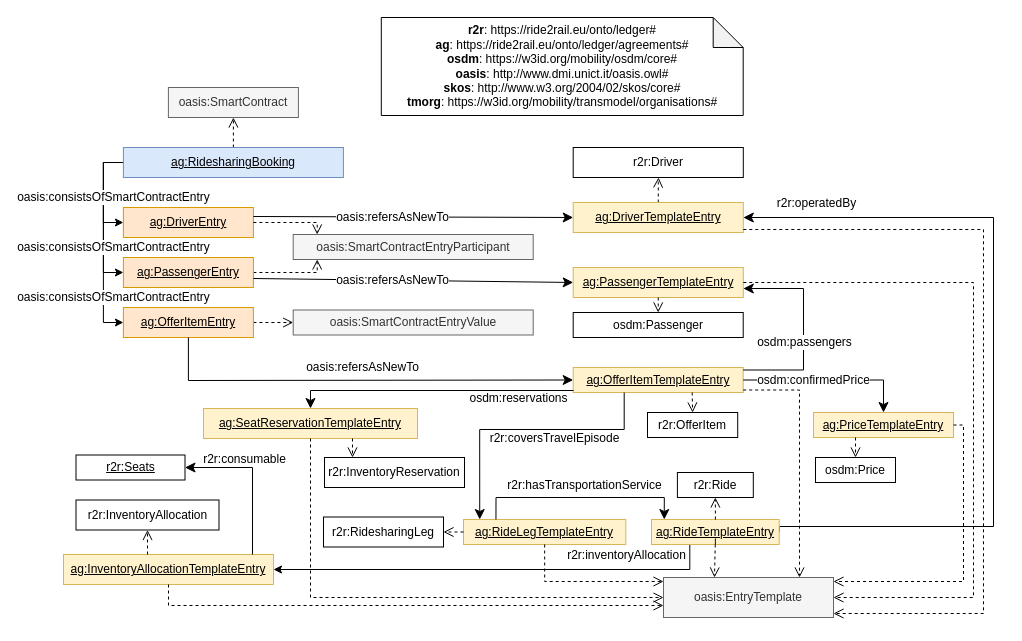
This is agreements/ridesharing-booking.drawio.xml from Ride2Rail/agreement-ledger-ontology, a draw.io file, before an edit. Source tidied: cells renumbered, new cells numbered last; positions are measured from the earlier drawing's top-left corner, leaving out a move shared by most shapes. Both pictures are drawn from the tidied source at 100%, with x=0, y=0 at pixel (63, 17).
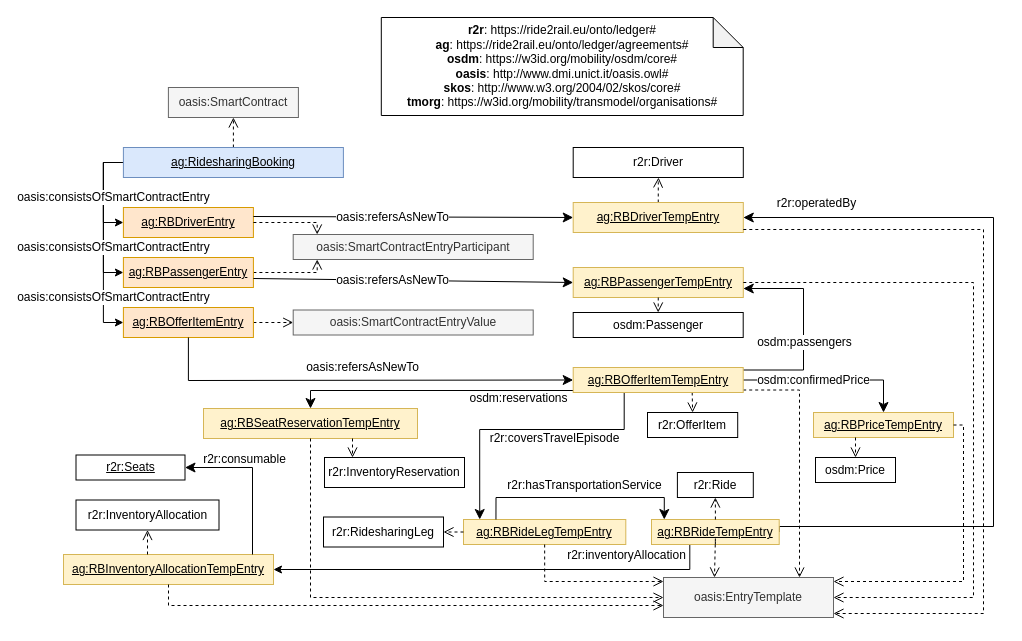
Above is the later version.

Change to the diagram source:
```diff
@@
-    <mxCell id="9" value="&lt;u&gt;ag:DriverEntry&lt;/u&gt;" style="rounded=0;whiteSpace=wrap;html=1;snapToPoint=1;points=[[0.1,0],[0.2,0],[0.3,0],[0.4,0],[0.5,0],[0.6,0],[0.7,0],[0.8,0],[0.9,0],[0,0.1],[0,0.3],[0,0.5],[0,0.7],[0,0.9],[0.1,1],[0.2,1],[0.3,1],[0.4,1],[0.5,1],[0.6,1],[0.7,1],[0.8,1],[0.9,1],[1,0.1],[1,0.3],[1,0.5],[1,0.7],[1,0.9]];fillColor=#ffe6cc;strokeColor=#d79b00;" parent="1" vertex="1">
+    <mxCell id="9" value="&lt;u&gt;ag:RBDriverEntry&lt;/u&gt;" style="rounded=0;whiteSpace=wrap;html=1;snapToPoint=1;points=[[0.1,0],[0.2,0],[0.3,0],[0.4,0],[0.5,0],[0.6,0],[0.7,0],[0.8,0],[0.9,0],[0,0.1],[0,0.3],[0,0.5],[0,0.7],[0,0.9],[0.1,1],[0.2,1],[0.3,1],[0.4,1],[0.5,1],[0.6,1],[0.7,1],[0.8,1],[0.9,1],[1,0.1],[1,0.3],[1,0.5],[1,0.7],[1,0.9]];fillColor=#ffe6cc;strokeColor=#d79b00;" parent="1" vertex="1">
       <mxGeometry x="59.9" y="190" width="130" height="30" as="geometry" />
     </mxCell>
@@
-    <mxCell id="12" value="&lt;u&gt;ag:PassengerEntry&lt;/u&gt;" style="rounded=0;whiteSpace=wrap;html=1;snapToPoint=1;points=[[0.1,0],[0.2,0],[0.3,0],[0.4,0],[0.5,0],[0.6,0],[0.7,0],[0.8,0],[0.9,0],[0,0.1],[0,0.3],[0,0.5],[0,0.7],[0,0.9],[0.1,1],[0.2,1],[0.3,1],[0.4,1],[0.5,1],[0.6,1],[0.7,1],[0.8,1],[0.9,1],[1,0.1],[1,0.3],[1,0.5],[1,0.7],[1,0.9]];fillColor=#ffe6cc;strokeColor=#d79b00;" parent="1" vertex="1">
+    <mxCell id="12" value="&lt;u&gt;ag:RBPassengerEntry&lt;/u&gt;" style="rounded=0;whiteSpace=wrap;html=1;snapToPoint=1;points=[[0.1,0],[0.2,0],[0.3,0],[0.4,0],[0.5,0],[0.6,0],[0.7,0],[0.8,0],[0.9,0],[0,0.1],[0,0.3],[0,0.5],[0,0.7],[0,0.9],[0.1,1],[0.2,1],[0.3,1],[0.4,1],[0.5,1],[0.6,1],[0.7,1],[0.8,1],[0.9,1],[1,0.1],[1,0.3],[1,0.5],[1,0.7],[1,0.9]];fillColor=#ffe6cc;strokeColor=#d79b00;" parent="1" vertex="1">
       <mxGeometry x="59.9" y="240" width="130" height="30" as="geometry" />
     </mxCell>
@@
-    <mxCell id="14" value="&lt;u&gt;ag:OfferItemEntry&lt;/u&gt;" style="rounded=0;whiteSpace=wrap;html=1;snapToPoint=1;points=[[0.1,0],[0.2,0],[0.3,0],[0.4,0],[0.5,0],[0.6,0],[0.7,0],[0.8,0],[0.9,0],[0,0.1],[0,0.3],[0,0.5],[0,0.7],[0,0.9],[0.1,1],[0.2,1],[0.3,1],[0.4,1],[0.5,1],[0.6,1],[0.7,1],[0.8,1],[0.9,1],[1,0.1],[1,0.3],[1,0.5],[1,0.7],[1,0.9]];fillColor=#ffe6cc;strokeColor=#d79b00;" parent="1" vertex="1">
+    <mxCell id="14" value="&lt;u&gt;ag:RBOfferItemEntry&lt;/u&gt;" style="rounded=0;whiteSpace=wrap;html=1;snapToPoint=1;points=[[0.1,0],[0.2,0],[0.3,0],[0.4,0],[0.5,0],[0.6,0],[0.7,0],[0.8,0],[0.9,0],[0,0.1],[0,0.3],[0,0.5],[0,0.7],[0,0.9],[0.1,1],[0.2,1],[0.3,1],[0.4,1],[0.5,1],[0.6,1],[0.7,1],[0.8,1],[0.9,1],[1,0.1],[1,0.3],[1,0.5],[1,0.7],[1,0.9]];fillColor=#ffe6cc;strokeColor=#d79b00;" parent="1" vertex="1">
       <mxGeometry x="59.9" y="290" width="130" height="30" as="geometry" />
     </mxCell>
@@
-    <mxCell id="17" value="&lt;u&gt;ag:DriverTemplateEntry&lt;/u&gt;" style="rounded=0;whiteSpace=wrap;html=1;snapToPoint=1;points=[[0.1,0],[0.2,0],[0.3,0],[0.4,0],[0.5,0],[0.6,0],[0.7,0],[0.8,0],[0.9,0],[0,0.1],[0,0.3],[0,0.5],[0,0.7],[0,0.9],[0.1,1],[0.2,1],[0.3,1],[0.4,1],[0.5,1],[0.6,1],[0.7,1],[0.8,1],[0.9,1],[1,0.1],[1,0.3],[1,0.5],[1,0.7],[1,0.9]];fillColor=#fff2cc;strokeColor=#d6b656;" parent="1" vertex="1">
+    <mxCell id="17" value="&lt;u&gt;ag:RBDriverTempEntry&lt;/u&gt;" style="rounded=0;whiteSpace=wrap;html=1;snapToPoint=1;points=[[0.1,0],[0.2,0],[0.3,0],[0.4,0],[0.5,0],[0.6,0],[0.7,0],[0.8,0],[0.9,0],[0,0.1],[0,0.3],[0,0.5],[0,0.7],[0,0.9],[0.1,1],[0.2,1],[0.3,1],[0.4,1],[0.5,1],[0.6,1],[0.7,1],[0.8,1],[0.9,1],[1,0.1],[1,0.3],[1,0.5],[1,0.7],[1,0.9]];fillColor=#fff2cc;strokeColor=#d6b656;" parent="1" vertex="1">
       <mxGeometry x="509.7" y="185" width="170.1" height="30" as="geometry" />
     </mxCell>
@@
-    <mxCell id="20" value="&lt;u&gt;ag:PassengerTemplateEntry&lt;/u&gt;" style="rounded=0;whiteSpace=wrap;html=1;snapToPoint=1;points=[[0.1,0],[0.2,0],[0.3,0],[0.4,0],[0.5,0],[0.6,0],[0.7,0],[0.8,0],[0.9,0],[0,0.1],[0,0.3],[0,0.5],[0,0.7],[0,0.9],[0.1,1],[0.2,1],[0.3,1],[0.4,1],[0.5,1],[0.6,1],[0.7,1],[0.8,1],[0.9,1],[1,0.1],[1,0.3],[1,0.5],[1,0.7],[1,0.9]];fillColor=#fff2cc;strokeColor=#d6b656;" parent="1" vertex="1">
+    <mxCell id="20" value="&lt;u&gt;ag:RBPassengerTempEntry&lt;/u&gt;" style="rounded=0;whiteSpace=wrap;html=1;snapToPoint=1;points=[[0.1,0],[0.2,0],[0.3,0],[0.4,0],[0.5,0],[0.6,0],[0.7,0],[0.8,0],[0.9,0],[0,0.1],[0,0.3],[0,0.5],[0,0.7],[0,0.9],[0.1,1],[0.2,1],[0.3,1],[0.4,1],[0.5,1],[0.6,1],[0.7,1],[0.8,1],[0.9,1],[1,0.1],[1,0.3],[1,0.5],[1,0.7],[1,0.9]];fillColor=#fff2cc;strokeColor=#d6b656;" parent="1" vertex="1">
       <mxGeometry x="509.7" y="250" width="170.1" height="30" as="geometry" />
     </mxCell>
@@
-    <mxCell id="31" value="&lt;u&gt;ag:OfferItemTemplateEntry&lt;/u&gt;" style="rounded=0;whiteSpace=wrap;html=1;snapToPoint=1;points=[[0.1,0],[0.2,0],[0.3,0],[0.4,0],[0.5,0],[0.6,0],[0.7,0],[0.8,0],[0.9,0],[0,0.1],[0,0.3],[0,0.5],[0,0.7],[0,0.9],[0.1,1],[0.2,1],[0.3,1],[0.4,1],[0.5,1],[0.6,1],[0.7,1],[0.8,1],[0.9,1],[1,0.1],[1,0.3],[1,0.5],[1,0.7],[1,0.9]];fillColor=#fff2cc;strokeColor=#d6b656;" parent="1" vertex="1">
-      <mxGeometry x="509.7" y="350" width="170" height="25" as="geometry" />
-    </mxCell>
@@
-    <mxCell id="39" value="&lt;u&gt;ag:PriceTemplateEntry&lt;/u&gt;" style="rounded=0;whiteSpace=wrap;html=1;snapToPoint=1;points=[[0.1,0],[0.2,0],[0.3,0],[0.4,0],[0.5,0],[0.6,0],[0.7,0],[0.8,0],[0.9,0],[0,0.1],[0,0.3],[0,0.5],[0,0.7],[0,0.9],[0.1,1],[0.2,1],[0.3,1],[0.4,1],[0.5,1],[0.6,1],[0.7,1],[0.8,1],[0.9,1],[1,0.1],[1,0.3],[1,0.5],[1,0.7],[1,0.9]];fillColor=#fff2cc;strokeColor=#d6b656;" parent="1" vertex="1">
+    <mxCell id="39" value="&lt;u&gt;ag:RBPriceTempEntry&lt;/u&gt;" style="rounded=0;whiteSpace=wrap;html=1;snapToPoint=1;points=[[0.1,0],[0.2,0],[0.3,0],[0.4,0],[0.5,0],[0.6,0],[0.7,0],[0.8,0],[0.9,0],[0,0.1],[0,0.3],[0,0.5],[0,0.7],[0,0.9],[0.1,1],[0.2,1],[0.3,1],[0.4,1],[0.5,1],[0.6,1],[0.7,1],[0.8,1],[0.9,1],[1,0.1],[1,0.3],[1,0.5],[1,0.7],[1,0.9]];fillColor=#fff2cc;strokeColor=#d6b656;" parent="1" vertex="1">
       <mxGeometry x="750" y="395" width="140" height="25" as="geometry" />
     </mxCell>
@@
-    <mxCell id="42" style="endArrow=classic;html=1;endSize=8;rounded=0;entryX=0.5;entryY=0;entryDx=0;entryDy=0;edgeStyle=orthogonalEdgeStyle;" parent="1" edge="1" target="44">
+    <mxCell id="42" style="endArrow=classic;html=1;endSize=8;rounded=0;entryX=0.5;entryY=0;entryDx=0;entryDy=0;edgeStyle=orthogonalEdgeStyle;" parent="1" edge="1" source="31" target="44">
       <mxGeometry relative="1" as="geometry">
-        <mxPoint x="510" y="373" as="sourcePoint" />
         <Array as="points">
           <mxPoint x="247" y="373" />
         </Array>
       </mxGeometry>
     </mxCell>
@@
-    <mxCell id="44" value="&lt;u&gt;ag:SeatReservationTemplateEntry&lt;/u&gt;" style="rounded=0;whiteSpace=wrap;html=1;snapToPoint=1;points=[[0.1,0],[0.2,0],[0.3,0],[0.4,0],[0.5,0],[0.6,0],[0.7,0],[0.8,0],[0.9,0],[0,0.1],[0,0.3],[0,0.5],[0,0.7],[0,0.9],[0.1,1],[0.2,1],[0.3,1],[0.4,1],[0.5,1],[0.6,1],[0.7,1],[0.8,1],[0.9,1],[1,0.1],[1,0.3],[1,0.5],[1,0.7],[1,0.9]];fillColor=#fff2cc;strokeColor=#d6b656;" parent="1" vertex="1">
+    <mxCell id="44" value="&lt;u&gt;ag:RBSeatReservationTempEntry&lt;/u&gt;" style="rounded=0;whiteSpace=wrap;html=1;snapToPoint=1;points=[[0.1,0],[0.2,0],[0.3,0],[0.4,0],[0.5,0],[0.6,0],[0.7,0],[0.8,0],[0.9,0],[0,0.1],[0,0.3],[0,0.5],[0,0.7],[0,0.9],[0.1,1],[0.2,1],[0.3,1],[0.4,1],[0.5,1],[0.6,1],[0.7,1],[0.8,1],[0.9,1],[1,0.1],[1,0.3],[1,0.5],[1,0.7],[1,0.9]];fillColor=#fff2cc;strokeColor=#d6b656;" parent="1" vertex="1">
       <mxGeometry x="140" y="391" width="214" height="30" as="geometry" />
     </mxCell>
@@
-    <mxCell id="50" value="&lt;u&gt;ag:RideLegTemplateEntry&lt;/u&gt;" style="rounded=0;whiteSpace=wrap;html=1;snapToPoint=1;points=[[0.1,0],[0.2,0],[0.3,0],[0.4,0],[0.5,0],[0.6,0],[0.7,0],[0.8,0],[0.9,0],[0,0.1],[0,0.3],[0,0.5],[0,0.7],[0,0.9],[0.1,1],[0.2,1],[0.3,1],[0.4,1],[0.5,1],[0.6,1],[0.7,1],[0.8,1],[0.9,1],[1,0.1],[1,0.3],[1,0.5],[1,0.7],[1,0.9]];fillColor=#fff2cc;strokeColor=#d6b656;" parent="1" vertex="1">
+    <mxCell id="50" value="&lt;u&gt;ag:RBRideLegTempEntry&lt;/u&gt;" style="rounded=0;whiteSpace=wrap;html=1;snapToPoint=1;points=[[0.1,0],[0.2,0],[0.3,0],[0.4,0],[0.5,0],[0.6,0],[0.7,0],[0.8,0],[0.9,0],[0,0.1],[0,0.3],[0,0.5],[0,0.7],[0,0.9],[0.1,1],[0.2,1],[0.3,1],[0.4,1],[0.5,1],[0.6,1],[0.7,1],[0.8,1],[0.9,1],[1,0.1],[1,0.3],[1,0.5],[1,0.7],[1,0.9]];fillColor=#fff2cc;strokeColor=#d6b656;" parent="1" vertex="1">
       <mxGeometry x="400" y="502" width="162.3" height="25" as="geometry" />
     </mxCell>
@@
-    <mxCell id="58" value="&lt;u&gt;ag:InventoryAllocationTemplateEntry&lt;/u&gt;" style="rounded=0;whiteSpace=wrap;html=1;snapToPoint=1;points=[[0.1,0],[0.2,0],[0.3,0],[0.4,0],[0.5,0],[0.6,0],[0.7,0],[0.8,0],[0.9,0],[0,0.1],[0,0.3],[0,0.5],[0,0.7],[0,0.9],[0.1,1],[0.2,1],[0.3,1],[0.4,1],[0.5,1],[0.6,1],[0.7,1],[0.8,1],[0.9,1],[1,0.1],[1,0.3],[1,0.5],[1,0.7],[1,0.9]];fillColor=#fff2cc;strokeColor=#d6b656;" parent="1" vertex="1">
+    <mxCell id="58" value="&lt;u&gt;ag:RBInventoryAllocationTempEntry&lt;/u&gt;" style="rounded=0;whiteSpace=wrap;html=1;snapToPoint=1;points=[[0.1,0],[0.2,0],[0.3,0],[0.4,0],[0.5,0],[0.6,0],[0.7,0],[0.8,0],[0.9,0],[0,0.1],[0,0.3],[0,0.5],[0,0.7],[0,0.9],[0.1,1],[0.2,1],[0.3,1],[0.4,1],[0.5,1],[0.6,1],[0.7,1],[0.8,1],[0.9,1],[1,0.1],[1,0.3],[1,0.5],[1,0.7],[1,0.9]];fillColor=#fff2cc;strokeColor=#d6b656;" parent="1" vertex="1">
       <mxGeometry y="537" width="210" height="30" as="geometry" />
     </mxCell>
@@
-    <mxCell id="66" value="&lt;u&gt;ag:RideTemplateEntry&lt;/u&gt;" style="rounded=0;whiteSpace=wrap;html=1;snapToPoint=1;points=[[0.1,0],[0.2,0],[0.3,0],[0.4,0],[0.5,0],[0.6,0],[0.7,0],[0.8,0],[0.9,0],[0,0.1],[0,0.3],[0,0.5],[0,0.7],[0,0.9],[0.1,1],[0.2,1],[0.3,1],[0.4,1],[0.5,1],[0.6,1],[0.7,1],[0.8,1],[0.9,1],[1,0.1],[1,0.3],[1,0.5],[1,0.7],[1,0.9]];fillColor=#fff2cc;strokeColor=#d6b656;" parent="1" vertex="1">
+    <mxCell id="66" value="&lt;u&gt;ag:RBRideTempEntry&lt;/u&gt;" style="rounded=0;whiteSpace=wrap;html=1;snapToPoint=1;points=[[0.1,0],[0.2,0],[0.3,0],[0.4,0],[0.5,0],[0.6,0],[0.7,0],[0.8,0],[0.9,0],[0,0.1],[0,0.3],[0,0.5],[0,0.7],[0,0.9],[0.1,1],[0.2,1],[0.3,1],[0.4,1],[0.5,1],[0.6,1],[0.7,1],[0.8,1],[0.9,1],[1,0.1],[1,0.3],[1,0.5],[1,0.7],[1,0.9]];fillColor=#fff2cc;strokeColor=#d6b656;" parent="1" vertex="1">
       <mxGeometry x="588" y="502" width="127.7" height="25" as="geometry" />
     </mxCell>
@@
+    <mxCell id="31" value="&lt;u&gt;ag:RBOfferItemTempEntry&lt;/u&gt;" style="rounded=0;whiteSpace=wrap;html=1;snapToPoint=1;points=[[0.1,0],[0.2,0],[0.3,0],[0.4,0],[0.5,0],[0.6,0],[0.7,0],[0.8,0],[0.9,0],[0,0.1],[0,0.3],[0,0.5],[0,0.7],[0,0.9],[0.1,1],[0.2,1],[0.3,1],[0.4,1],[0.5,1],[0.6,1],[0.7,1],[0.8,1],[0.9,1],[1,0.1],[1,0.3],[1,0.5],[1,0.7],[1,0.9]];fillColor=#fff2cc;strokeColor=#d6b656;" parent="1" vertex="1">
+      <mxGeometry x="509.7" y="350" width="170" height="25" as="geometry" />
+    </mxCell>
```
